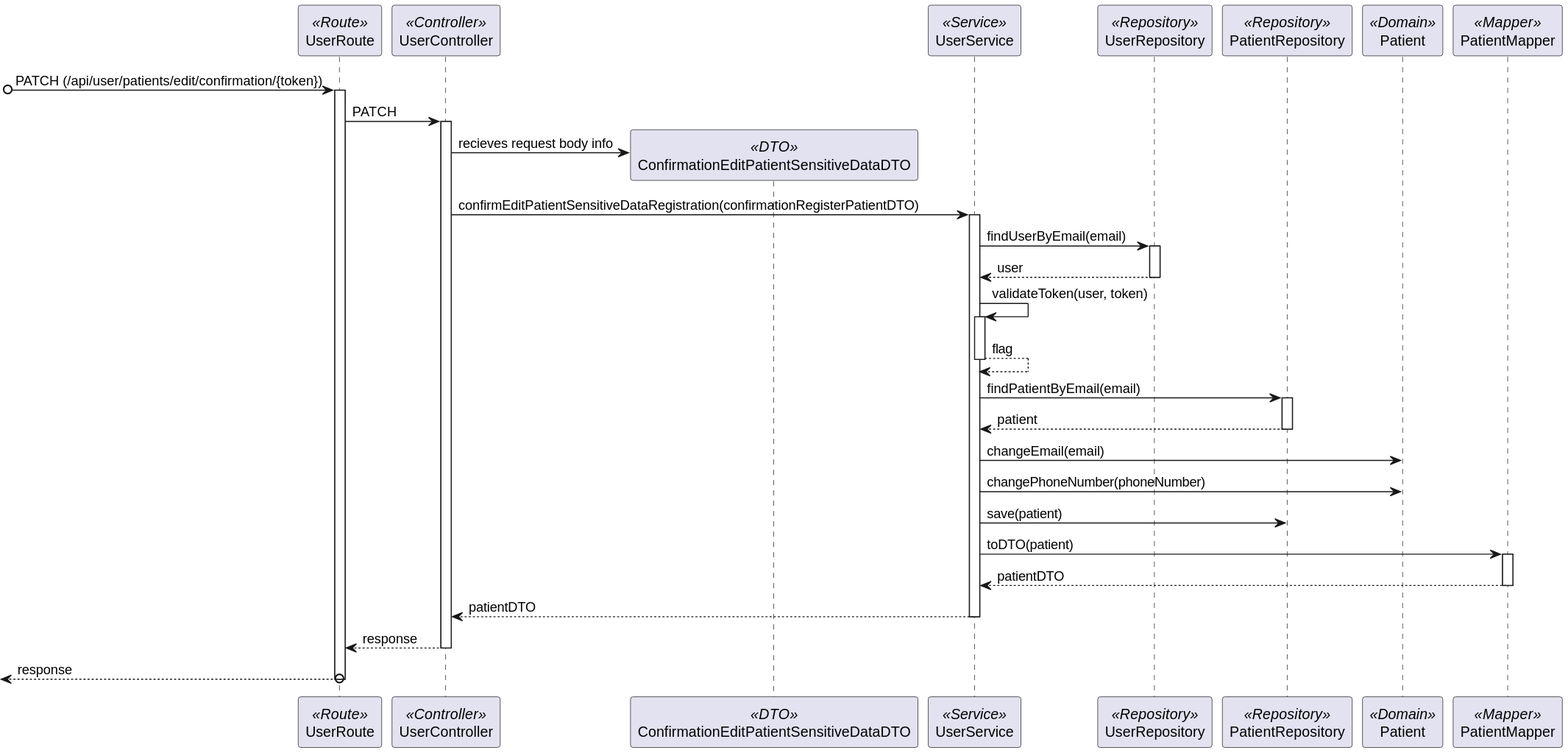
This is docs/Sprint_1/US_5.1.4/L3/Process_View_Posterior_Confirmation.svg from Rodrick0209/ISEP-SEM5PI-24-25, a PlantUML export, as it was before one commit. The source it was exported from:
```plantuml
@startuml
participant UserRoute as Route <<Route>>
participant UserController as Controller <<Controller>>
participant ConfirmationEditPatientSensitiveDataDTO as ConfirmationDTO <<DTO>>
participant UserService as Service <<Service>>
participant UserRepository as Repository <<Repository>>
participant PatientRepository as PatientRepository <<Repository>>
participant Patient as Patient <<Domain>>
participant PatientMapper as Mapper <<Mapper>>
[o-> Route : PATCH (/api/user/patients/edit/confirmation/{token})
activate Route
Route -> Controller : PATCH
activate Controller
Controller -> ConfirmationDTO** : recieves request body info
Controller -> Service : confirmEditPatientSensitiveDataRegistration(confirmationRegisterPatientDTO)
activate Service
Service -> Repository : findUserByEmail(email)
activate Repository
return user
Service -> Service : validateToken(user, token)
activate Service
return flag
Service -> PatientRepository : findPatientByEmail(email)
activate PatientRepository
return patient
Service -> Patient : changeEmail(email)
Service -> Patient : changePhoneNumber(phoneNumber)
Service -> PatientRepository : save(patient)
Service -> Mapper : toDTO(patient)
activate Mapper
return patientDTO
return patientDTO
return response
return response
@enduml
```
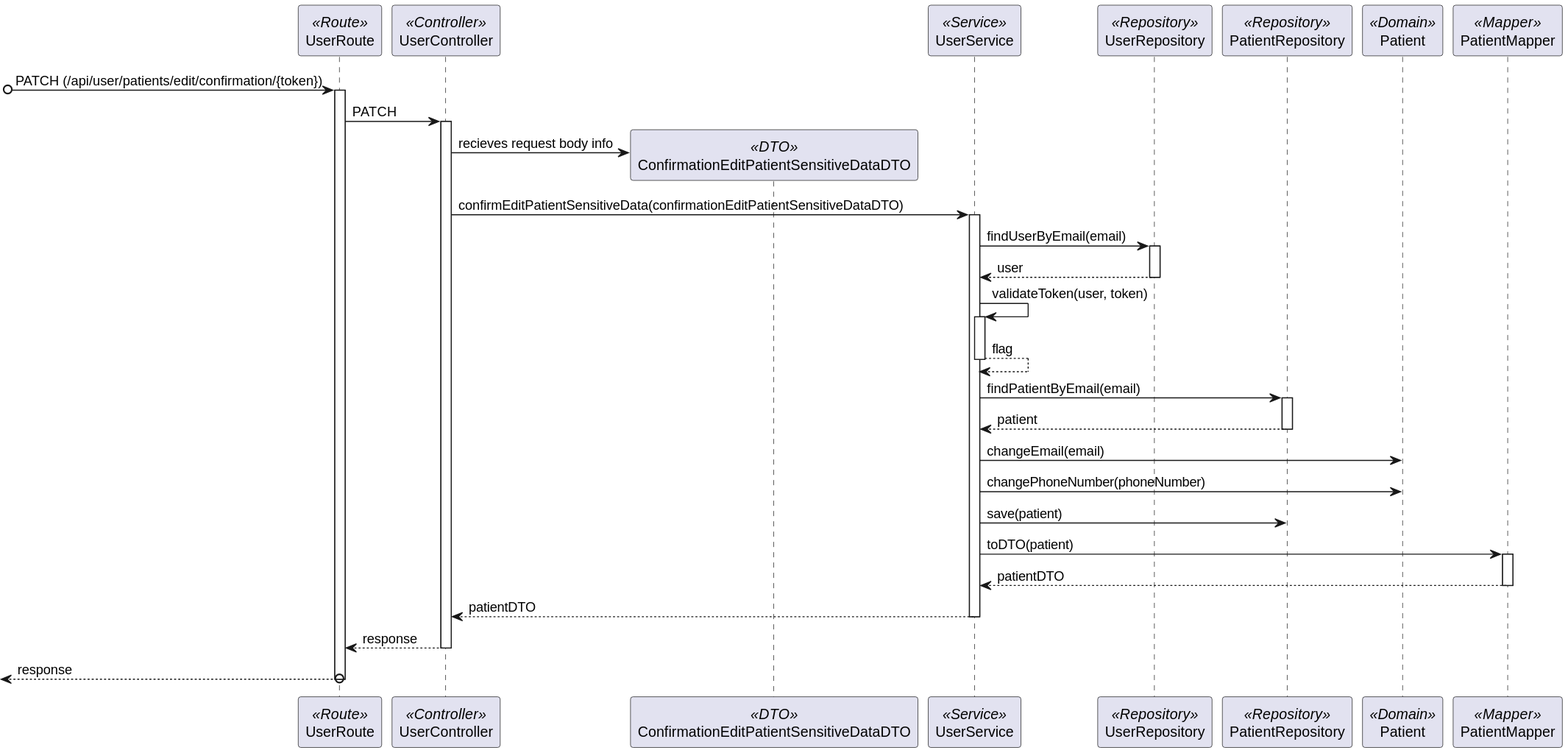
Later version of the same file.

The edit, as a diff of the source:
```diff
@@ -12,7 +12,7 @@
 Route -> Controller : PATCH
 activate Controller
 Controller -> ConfirmationDTO** : recieves request body info
-Controller -> Service : confirmEditPatientSensitiveDataRegistration(confirmationRegisterPatientDTO)
+Controller -> Service : confirmEditPatientSensitiveData(confirmationEditPatientSensitiveDataDTO)
 activate Service
 Service -> Repository : findUserByEmail(email)
 activate Repository
```
